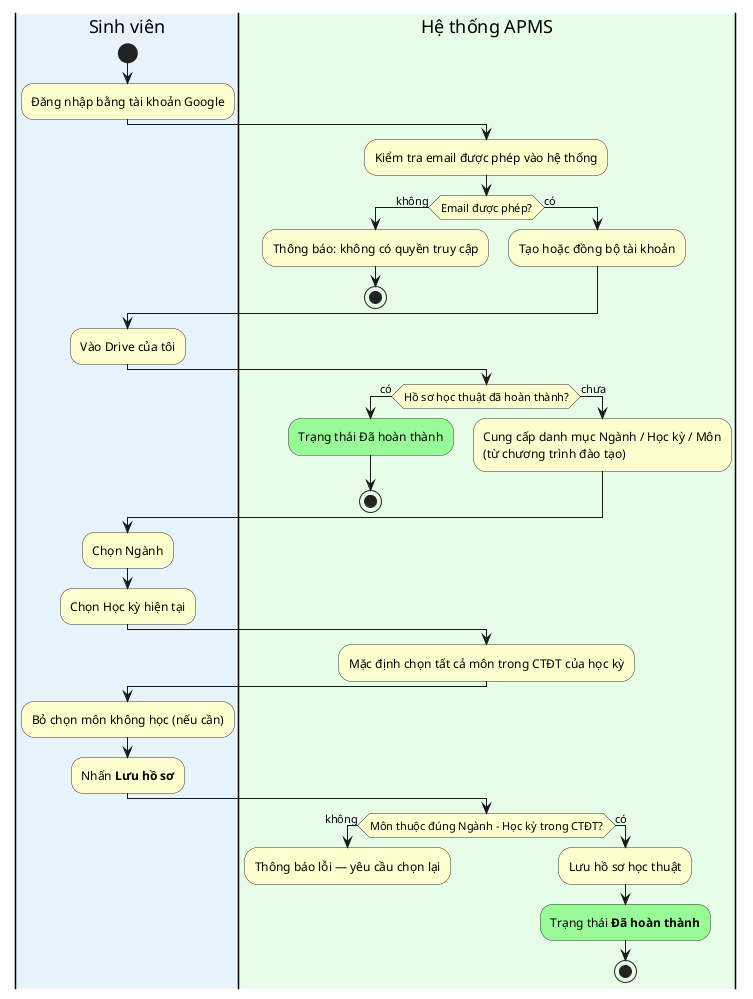
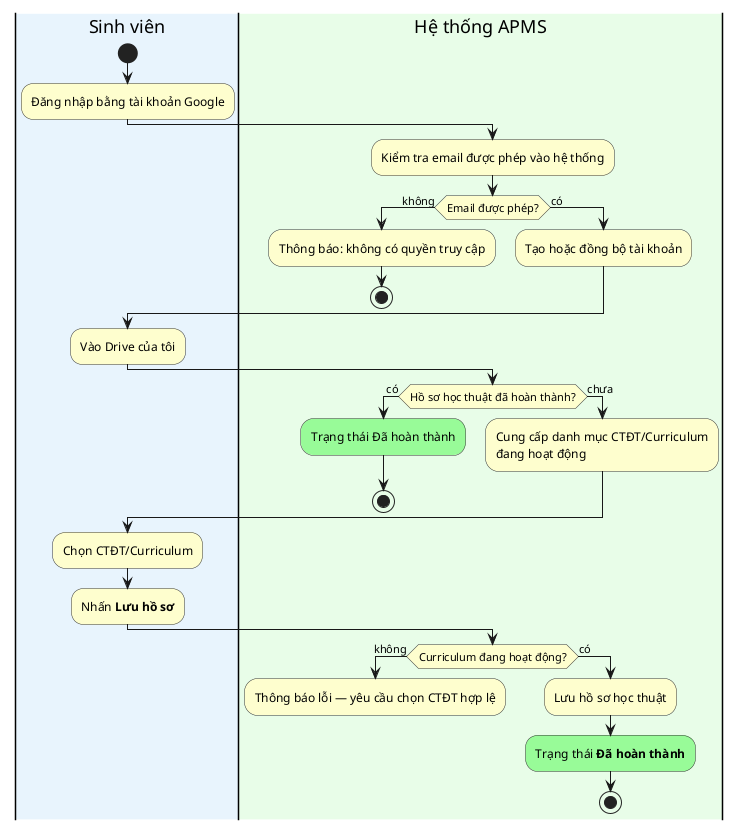
@startuml APMS_Activity1_Onboarding
skinparam swimlane {
  WrapTitle false
}
skinparam activity {
  BackgroundColor #FEFECE
  BorderColor #333333
}

|#E8F4FD|Sinh viên|
start
:Đăng nhập bằng tài khoản Google;

|#E8FDE8|Hệ thống APMS|
:Kiểm tra email được phép vào hệ thống;
if (Email được phép?) then (không)
  :Thông báo: không có quyền truy cập;
  stop
else (có)
  :Tạo hoặc đồng bộ tài khoản;
endif

|Sinh viên|
:Vào Drive của tôi;

|Hệ thống APMS|
if (Hồ sơ học thuật đã hoàn thành?) then (có)
  #PaleGreen:Trạng thái Đã hoàn thành;
  stop
else (chưa)
-   :Cung cấp danh mục Ngành / Học kỳ / Môn\n(từ chương trình đào tạo);
+   :Cung cấp danh mục CTĐT/Curriculum\nđang hoạt động;
endif

|Sinh viên|
- :Chọn Ngành;
- :Chọn Học kỳ hiện tại;
- 
- |Hệ thống APMS|
- :Mặc định chọn tất cả môn trong CTĐT của học kỳ;
- 
- |Sinh viên|
- :Bỏ chọn môn không học (nếu cần);
+ :Chọn CTĐT/Curriculum;
:Nhấn **Lưu hồ sơ**;

|Hệ thống APMS|
- if (Môn thuộc đúng Ngành – Học kỳ trong CTĐT?) then (không)
-   :Thông báo lỗi — yêu cầu chọn lại;
+ if (Curriculum đang hoạt động?) then (không)
+   :Thông báo lỗi — yêu cầu chọn CTĐT hợp lệ;
  detach
else (có)
  :Lưu hồ sơ học thuật;
  #PaleGreen:Trạng thái **Đã hoàn thành**;
  stop
endif

@enduml
